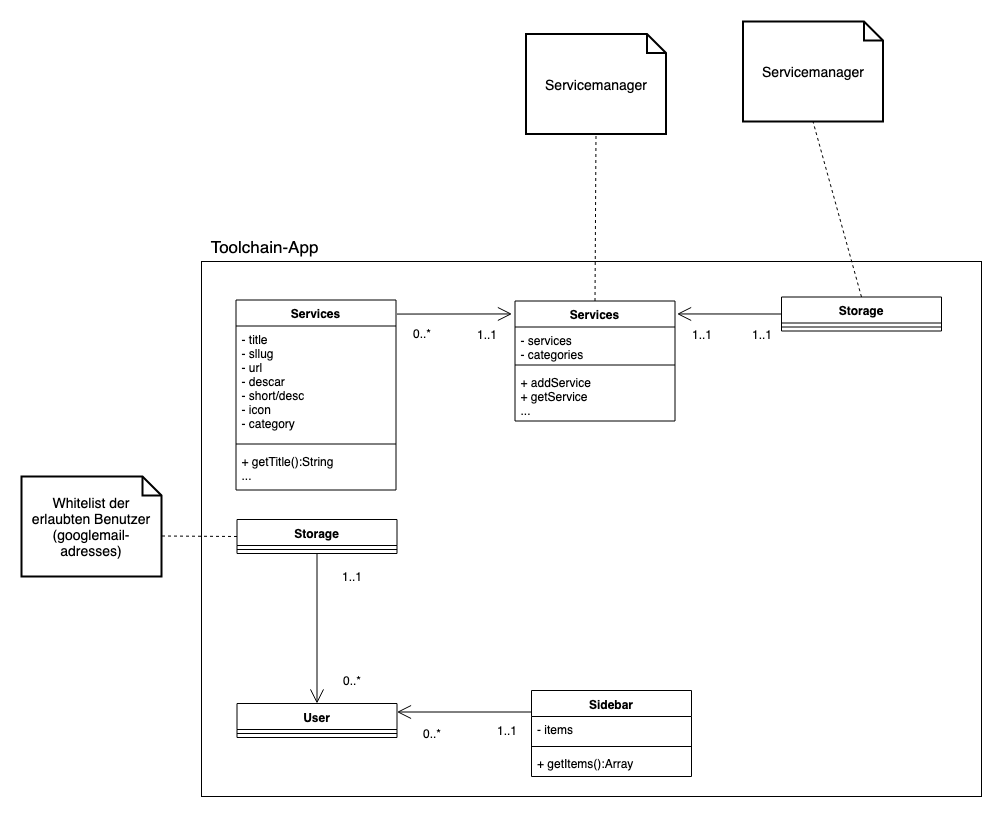
The draw.io diagram Klassendiagramm_Toolchain.png in seppel3599/toolchain-media, before a commit. Source tidied: cells renumbered, new cells last; positions are measured from the earlier drawing's top-left corner, leaving out a move shared by most shapes. Source of this version:
```xml
<mxGraphModel>
  <root>
    <mxCell id="0" />
    <mxCell id="1" parent="0" />
    <mxCell id="2" style="rounded=0;whiteSpace=wrap;html=1;fillColor=none;" parent="1" vertex="1">
      <mxGeometry x="180" y="240" width="780" height="535" as="geometry" />
    </mxCell>
    <mxCell id="3" value="Services" style="swimlane;fontStyle=1;align=center;verticalAlign=top;horizontal=1;startSize=26;" parent="1" vertex="1">
      <mxGeometry x="214.5" y="278.5" width="160" height="190" as="geometry" />
    </mxCell>
    <mxCell id="4" value="- title &#10;- sllug &#10;- url &#10;- descar&#10;- short/desc&#10;- icon&#10;- category&#10;&#10;&#10;&#10;" style="text;strokeColor=none;fillColor=none;align=left;verticalAlign=top;spacingLeft=4;spacingRight=4;overflow=hidden;" parent="3" vertex="1">
      <mxGeometry y="26" width="160" height="114" as="geometry" />
    </mxCell>
    <mxCell id="5" style="line;strokeWidth=1;fillColor=none;align=left;verticalAlign=middle;spacingTop=-1;spacingLeft=3;spacingRight=3;labelPosition=right;" parent="3" vertex="1">
      <mxGeometry y="140" width="160" height="8" as="geometry" />
    </mxCell>
    <mxCell id="6" value="+ getTitle():String&#10;..." style="text;strokeColor=none;fillColor=none;align=left;verticalAlign=top;spacingLeft=4;spacingRight=4;overflow=hidden;" parent="3" vertex="1">
      <mxGeometry y="148" width="160" height="42" as="geometry" />
    </mxCell>
    <mxCell id="7" value="User" style="swimlane;fontStyle=1;align=center;verticalAlign=top;horizontal=1;startSize=26;" parent="1" vertex="1">
      <mxGeometry x="215.5" y="682" width="160" height="34" as="geometry" />
    </mxCell>
    <mxCell id="8" style="line;strokeWidth=1;fillColor=none;align=left;verticalAlign=middle;spacingTop=-1;spacingLeft=3;spacingRight=3;labelPosition=right;" parent="7" vertex="1">
      <mxGeometry y="26" width="160" height="8" as="geometry" />
    </mxCell>
    <mxCell id="9" value="Storage" style="swimlane;fontStyle=1;align=center;verticalAlign=top;horizontal=1;startSize=26;" parent="1" vertex="1">
      <mxGeometry x="215.5" y="498" width="160" height="34" as="geometry" />
    </mxCell>
    <mxCell id="10" style="line;strokeWidth=1;fillColor=none;align=left;verticalAlign=middle;spacingTop=-1;spacingLeft=3;spacingRight=3;labelPosition=right;" parent="9" vertex="1">
      <mxGeometry y="26" width="160" height="8" as="geometry" />
    </mxCell>
    <mxCell id="11" value="Sidebar" style="swimlane;fontStyle=1;align=center;verticalAlign=top;horizontal=1;startSize=26;" parent="1" vertex="1">
      <mxGeometry x="510" y="669" width="160" height="86" as="geometry" />
    </mxCell>
    <mxCell id="12" value="- items" style="text;strokeColor=none;fillColor=none;align=left;verticalAlign=top;spacingLeft=4;spacingRight=4;overflow=hidden;" parent="11" vertex="1">
      <mxGeometry y="26" width="160" height="26" as="geometry" />
    </mxCell>
    <mxCell id="13" style="line;strokeWidth=1;fillColor=none;align=left;verticalAlign=middle;spacingTop=-1;spacingLeft=3;spacingRight=3;labelPosition=right;" parent="11" vertex="1">
      <mxGeometry y="52" width="160" height="8" as="geometry" />
    </mxCell>
    <mxCell id="14" value="+ getItems():Array" style="text;strokeColor=none;fillColor=none;align=left;verticalAlign=top;spacingLeft=4;spacingRight=4;overflow=hidden;" parent="11" vertex="1">
      <mxGeometry y="60" width="160" height="26" as="geometry" />
    </mxCell>
    <mxCell id="15" value="Services" style="swimlane;fontStyle=1;align=center;verticalAlign=top;horizontal=1;startSize=26;" parent="1" vertex="1">
      <mxGeometry x="493.5" y="279.5" width="160" height="120" as="geometry" />
    </mxCell>
    <mxCell id="16" value="- services&#10;- categories&#10;" style="text;strokeColor=none;fillColor=none;align=left;verticalAlign=top;spacingLeft=4;spacingRight=4;overflow=hidden;" parent="15" vertex="1">
      <mxGeometry y="26" width="160" height="34" as="geometry" />
    </mxCell>
    <mxCell id="17" style="line;strokeWidth=1;fillColor=none;align=left;verticalAlign=middle;spacingTop=-1;spacingLeft=3;spacingRight=3;labelPosition=right;" parent="15" vertex="1">
      <mxGeometry y="60" width="160" height="8" as="geometry" />
    </mxCell>
    <mxCell id="18" value="+ addService&#10;+ getService&#10;...&#10;" style="text;strokeColor=none;fillColor=none;align=left;verticalAlign=top;spacingLeft=4;spacingRight=4;overflow=hidden;" parent="15" vertex="1">
      <mxGeometry y="68" width="160" height="52" as="geometry" />
    </mxCell>
    <mxCell id="19" value="Storage" style="swimlane;fontStyle=1;align=center;verticalAlign=top;horizontal=1;startSize=26;" parent="1" vertex="1">
      <mxGeometry x="760" y="275.5" width="160" height="34" as="geometry" />
    </mxCell>
    <mxCell id="20" style="line;strokeWidth=1;fillColor=none;align=left;verticalAlign=middle;spacingTop=-1;spacingLeft=3;spacingRight=3;labelPosition=right;" parent="19" vertex="1">
      <mxGeometry y="26" width="160" height="8" as="geometry" />
    </mxCell>
    <mxCell id="21" value="&lt;font style=&quot;font-size: 17px&quot;&gt;Toolchain-App&lt;/font&gt;" style="text;html=1;strokeColor=none;fillColor=none;align=center;verticalAlign=middle;whiteSpace=wrap;rounded=0;" parent="1" vertex="1">
      <mxGeometry x="180" y="215" width="125" height="20" as="geometry" />
    </mxCell>
    <mxCell id="22" value="Whitelist der erlaubten Benutzer (googlemail-adresses)" style="shape=note;strokeWidth=2;fontSize=14;size=19;whiteSpace=wrap;html=1;" parent="1" vertex="1">
      <mxGeometry y="455" width="140" height="100" as="geometry" />
    </mxCell>
    <mxCell id="23" style="endArrow=none;dashed=1;html=1;entryX=0;entryY=0;entryDx=140;entryDy=59.5;entryPerimeter=0;exitX=0;exitY=0.5;exitDx=0;exitDy=0;" parent="1" edge="1" source="9" target="22">
      <mxGeometry relative="1" as="geometry" />
    </mxCell>
    <mxCell id="24" value="Servicemanager" style="shape=note;strokeWidth=2;fontSize=14;size=19;whiteSpace=wrap;html=1;" parent="1" vertex="1">
      <mxGeometry x="504.5" y="12.5" width="140" height="100" as="geometry" />
    </mxCell>
    <mxCell id="25" style="endArrow=none;dashed=1;html=1;entryX=0.5;entryY=1;entryDx=0;entryDy=0;entryPerimeter=0;exitX=0.5;exitY=0;exitDx=0;exitDy=0;" parent="1" edge="1" source="15" target="24">
      <mxGeometry relative="1" as="geometry" />
    </mxCell>
    <mxCell id="26" value="Servicemanager" style="shape=note;strokeWidth=2;fontSize=14;size=19;whiteSpace=wrap;html=1;" parent="1" vertex="1">
      <mxGeometry x="721.5" width="140" height="100" as="geometry" />
    </mxCell>
    <mxCell id="27" style="endArrow=none;dashed=1;html=1;entryX=0.5;entryY=1;entryDx=0;entryDy=0;entryPerimeter=0;exitX=0.5;exitY=0;exitDx=0;exitDy=0;" parent="1" edge="1" source="19" target="26">
      <mxGeometry relative="1" as="geometry" />
    </mxCell>
    <mxCell id="28" style="endArrow=open;endFill=1;endSize=12;html=1;entryX=0.5;entryY=0;entryDx=0;entryDy=0;exitX=0.5;exitY=1;exitDx=0;exitDy=0;" parent="1" edge="1" source="9" target="7">
      <mxGeometry relative="1" as="geometry" />
    </mxCell>
    <mxCell id="29" style="endArrow=open;endFill=1;endSize=12;html=1;entryX=1;entryY=0.25;entryDx=0;entryDy=0;exitX=0;exitY=0.25;exitDx=0;exitDy=0;" parent="1" edge="1" source="11" target="7">
      <mxGeometry relative="1" as="geometry" />
    </mxCell>
    <mxCell id="30" style="endArrow=open;endFill=1;endSize=12;html=1;entryX=-0.019;entryY=0.108;entryDx=0;entryDy=0;entryPerimeter=0;exitX=1.006;exitY=0.074;exitDx=0;exitDy=0;exitPerimeter=0;" parent="1" edge="1" source="3" target="15">
      <mxGeometry relative="1" as="geometry" />
    </mxCell>
    <mxCell id="31" style="endArrow=open;endFill=1;endSize=12;html=1;entryX=1.013;entryY=0.108;entryDx=0;entryDy=0;entryPerimeter=0;exitX=0;exitY=0.5;exitDx=0;exitDy=0;" parent="1" edge="1" source="19" target="15">
      <mxGeometry relative="1" as="geometry" />
    </mxCell>
    <mxCell id="32" value="1..1" style="text;html=1;strokeColor=none;fillColor=none;align=center;verticalAlign=middle;whiteSpace=wrap;rounded=0;" parent="1" vertex="1">
      <mxGeometry x="310" y="545" width="40" height="20" as="geometry" />
    </mxCell>
    <mxCell id="33" value="0..*" style="text;html=1;strokeColor=none;fillColor=none;align=center;verticalAlign=middle;whiteSpace=wrap;rounded=0;" parent="1" vertex="1">
      <mxGeometry x="310" y="649" width="40" height="20" as="geometry" />
    </mxCell>
    <mxCell id="34" value="1..1" style="text;html=1;strokeColor=none;fillColor=none;align=center;verticalAlign=middle;whiteSpace=wrap;rounded=0;" parent="1" vertex="1">
      <mxGeometry x="464.5" y="699" width="40" height="20" as="geometry" />
    </mxCell>
    <mxCell id="35" value="0..*" style="text;html=1;strokeColor=none;fillColor=none;align=center;verticalAlign=middle;whiteSpace=wrap;rounded=0;" parent="1" vertex="1">
      <mxGeometry x="390" y="702" width="40" height="20" as="geometry" />
    </mxCell>
    <mxCell id="36" value="1..1" style="text;html=1;strokeColor=none;fillColor=none;align=center;verticalAlign=middle;whiteSpace=wrap;rounded=0;" parent="1" vertex="1">
      <mxGeometry x="444.5" y="302.5" width="40" height="20" as="geometry" />
    </mxCell>
    <mxCell id="37" value="0..*" style="text;html=1;strokeColor=none;fillColor=none;align=center;verticalAlign=middle;whiteSpace=wrap;rounded=0;" parent="1" vertex="1">
      <mxGeometry x="380" y="301.5" width="40" height="20" as="geometry" />
    </mxCell>
    <mxCell id="38" value="1..1" style="text;html=1;strokeColor=none;fillColor=none;align=center;verticalAlign=middle;whiteSpace=wrap;rounded=0;" parent="1" vertex="1">
      <mxGeometry x="660.1" y="302.5" width="40" height="20" as="geometry" />
    </mxCell>
    <mxCell id="39" value="1..1" style="text;html=1;strokeColor=none;fillColor=none;align=center;verticalAlign=middle;whiteSpace=wrap;rounded=0;" parent="1" vertex="1">
      <mxGeometry x="720" y="302.5" width="40" height="20" as="geometry" />
    </mxCell>
  </root>
</mxGraphModel>
```
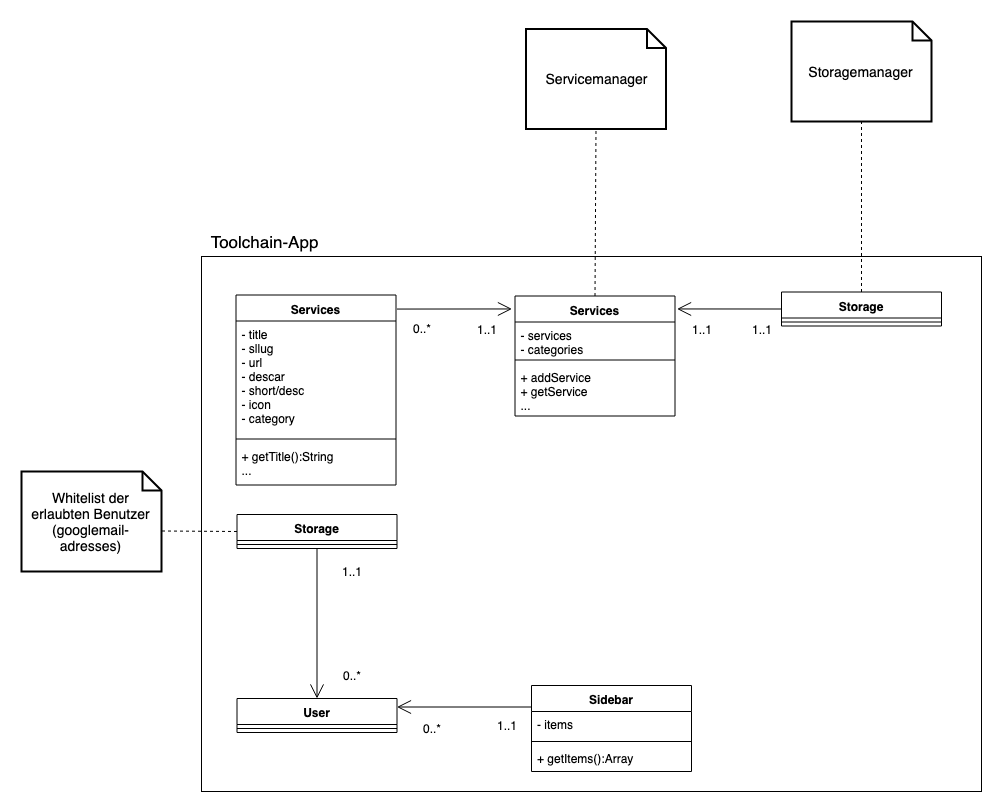
The same diagram one commit later.

The edit, as a diff of the source:
```diff
@@ -74,8 +74,8 @@
     <mxCell id="25" style="endArrow=none;dashed=1;html=1;entryX=0.5;entryY=1;entryDx=0;entryDy=0;entryPerimeter=0;exitX=0.5;exitY=0;exitDx=0;exitDy=0;" parent="1" edge="1" source="15" target="24">
       <mxGeometry relative="1" as="geometry" />
     </mxCell>
-    <mxCell id="26" value="Servicemanager" style="shape=note;strokeWidth=2;fontSize=14;size=19;whiteSpace=wrap;html=1;" parent="1" vertex="1">
-      <mxGeometry x="721.5" width="140" height="100" as="geometry" />
+    <mxCell id="26" value="Storagemanager" style="shape=note;strokeWidth=2;fontSize=14;size=19;whiteSpace=wrap;html=1;" parent="1" vertex="1">
+      <mxGeometry x="770" y="5" width="140" height="100" as="geometry" />
     </mxCell>
     <mxCell id="27" style="endArrow=none;dashed=1;html=1;entryX=0.5;entryY=1;entryDx=0;entryDy=0;entryPerimeter=0;exitX=0.5;exitY=0;exitDx=0;exitDy=0;" parent="1" edge="1" source="19" target="26">
       <mxGeometry relative="1" as="geometry" />
```
